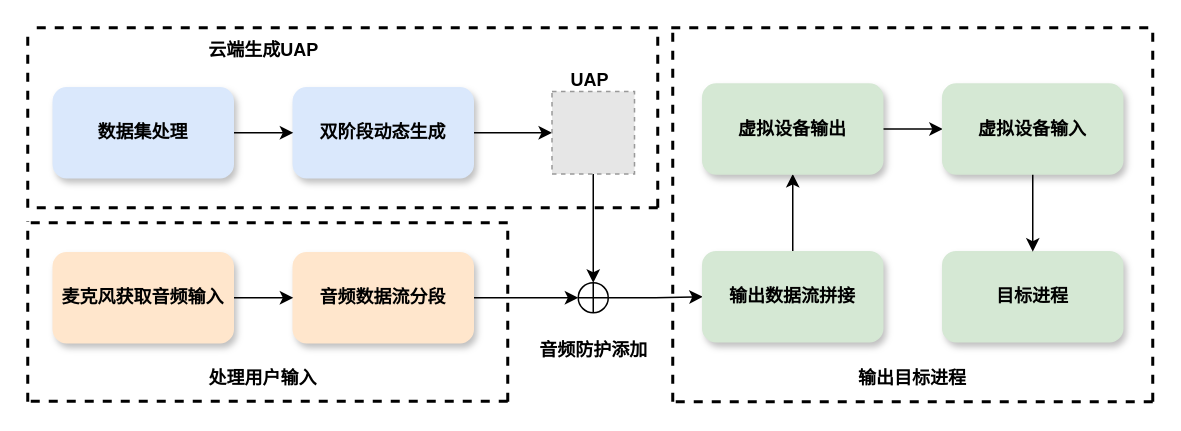
Momoyeyu/Draw.io-Repo keeps this draw.io diagram as 信安作品赛-系统流程图.drawio. Above is the earlier version. Source tidied: cells renumbered, new cells numbered last; positions are measured from the earlier drawing's top-left corner, leaving out a move shared by most shapes. Both pictures are drawn from the tidied source at 150%, with x=0, y=0 at pixel (27, 27). Pictures stored in the file or linked from it are replaced by grey dashed boxes.
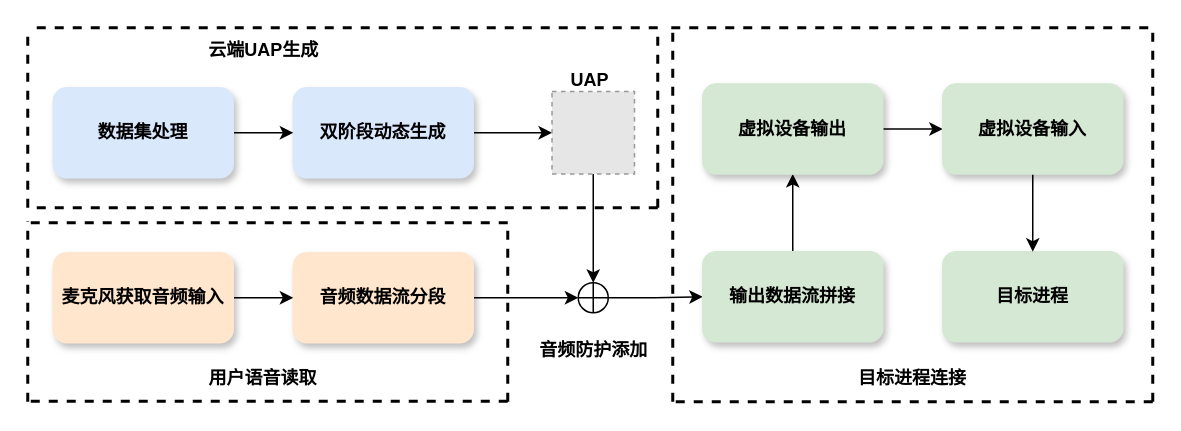
The same diagram, later.

Commit message:
更新信安作品赛-系统流程图.drawio

Diff of the diagram source:
```diff
@@
-    <mxCell id="23" value="&lt;b&gt;云端生成UAP&lt;/b&gt;" style="text;html=1;align=center;verticalAlign=middle;whiteSpace=wrap;rounded=0;" parent="1" vertex="1">
+    <mxCell id="23" value="&lt;b&gt;云端UAP生成&lt;/b&gt;" style="text;html=1;align=center;verticalAlign=middle;whiteSpace=wrap;rounded=0;" parent="1" vertex="1">
       <mxGeometry x="114.5" width="85" height="30" as="geometry" />
     </mxCell>
@@
-    <mxCell id="28" value="&lt;b&gt;处理用户输入&lt;/b&gt;" style="text;html=1;align=center;verticalAlign=middle;whiteSpace=wrap;rounded=0;" parent="1" vertex="1">
+    <mxCell id="28" value="&lt;b&gt;用户语音读取&lt;/b&gt;" style="text;html=1;align=center;verticalAlign=middle;whiteSpace=wrap;rounded=0;" parent="1" vertex="1">
       <mxGeometry x="117" y="219.3" width="80" height="30" as="geometry" />
     </mxCell>
@@
-    <mxCell id="33" value="&lt;b&gt;输出目标进程&lt;/b&gt;" style="text;html=1;align=center;verticalAlign=middle;whiteSpace=wrap;rounded=0;" parent="1" vertex="1">
+    <mxCell id="33" value="&lt;b&gt;目标进程连接&lt;/b&gt;" style="text;html=1;align=center;verticalAlign=middle;whiteSpace=wrap;rounded=0;" parent="1" vertex="1">
       <mxGeometry x="550" y="219.3" width="80" height="30" as="geometry" />
     </mxCell>
```
